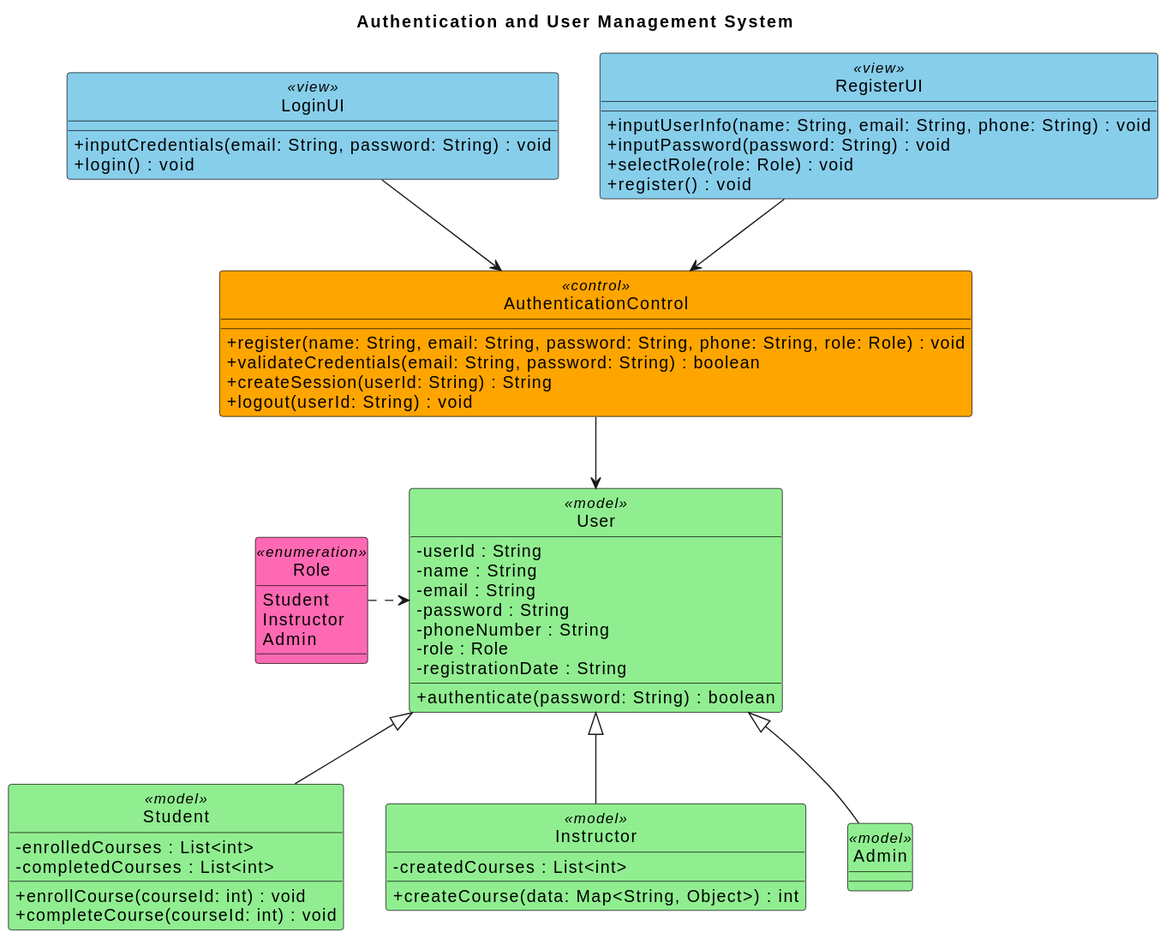
Above: out/puml_files/Authentication&UserManagementSystem/6.svg in mdyousufniaz/CSE-326 (PlantUML), before the change.
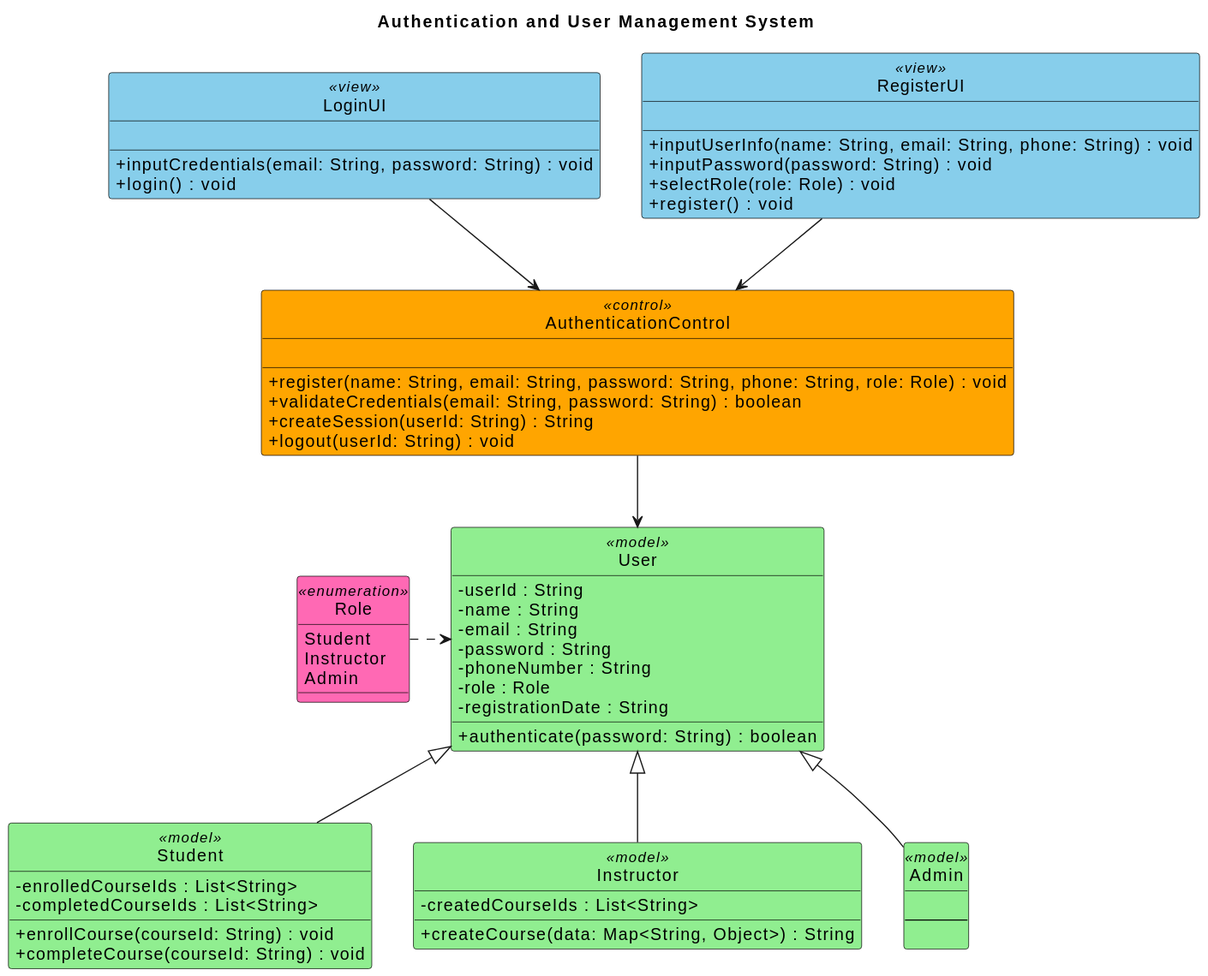
After the commit.

Change to the diagram source:
```diff
@@ -1,6 +1,8 @@
 @startuml
 title Authentication and User Management System
 
+
+!define EMPTY_LINE <&transparent>
 
 hide circle
 skinparam classAttributeIconSize 0
@@ -20,11 +22,15 @@
 }
 
 class LoginUI <<view>> {
+    EMPTY_LINE
+
     + inputCredentials(email: String, password: String) : void
     + login() : void
 }
 
 class RegisterUI <<view>> {
+    EMPTY_LINE
+
     + inputUserInfo(name: String, email: String, phone: String) : void
     + inputPassword(password: String) : void
     + selectRole(role: Role) : void
@@ -32,6 +38,8 @@
 }
 
 class AuthenticationControl <<control>> {
+    EMPTY_LINE
+
     + register(name: String, email: String, password: String, phone: String, role: Role) : void
     + validateCredentials(email: String, password: String) : boolean
     + createSession(userId: String) : String
@@ -50,18 +58,21 @@
 }
 
 class Student <<model>> {
-    - enrolledCourses : List<int>
-    - completedCourses : List<int>
-    + enrollCourse(courseId: int) : void
-    + completeCourse(courseId: int) : void
+    - enrolledCourseIds : List<String>
+    - completedCourseIds : List<String>
+    + enrollCourse(courseId: String) : void
+    + completeCourse(courseId: String) : void
 }
 
 class Instructor <<model>> {
-    - createdCourses : List<int>
-    + createCourse(data: Map<String, Object>) : int
+    - createdCourseIds : List<String>
+    + createCourse(data: Map<String, Object>) : String
 }
 
 class Admin <<model>> {
+    EMPTY_LINE
+    --
+    EMPTY_LINE
 }
 
 
```
